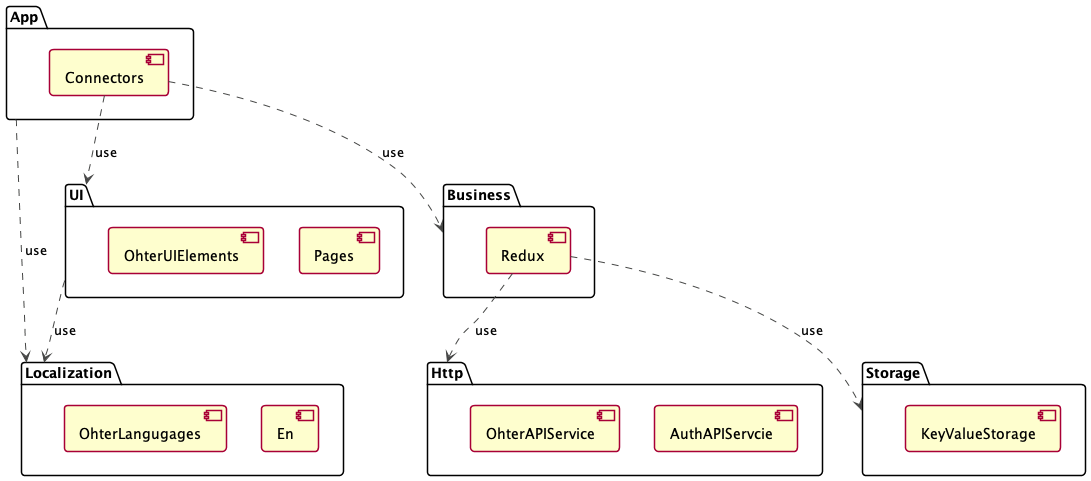
Earlier version of the PlantUML export doc/out/modules/modules.png (pro100andrey/flutter_redux_templates). Source of this version:
```plantuml
@startuml "modules"
!theme vibrant

package "App" {
    [Connectors]
    Connectors ..> Business: use
    Connectors ..> UI: use
    App ..> Localization: use
}

package "UI" {
    UI ..> Localization: use
    [Pages]
    [OhterUIElements]
}

package "Localization" {
    [En]
    [OhterLangugages]
}

package "Http" {
    [AuthAPIServcie]
    [OhterAPIService]
}

package "Storage" {
    [KeyValueStorage]
}

package "Business" {
    [Redux]
    Redux ..> Storage: use
    Redux ..> Http: use
}

@enduml
```
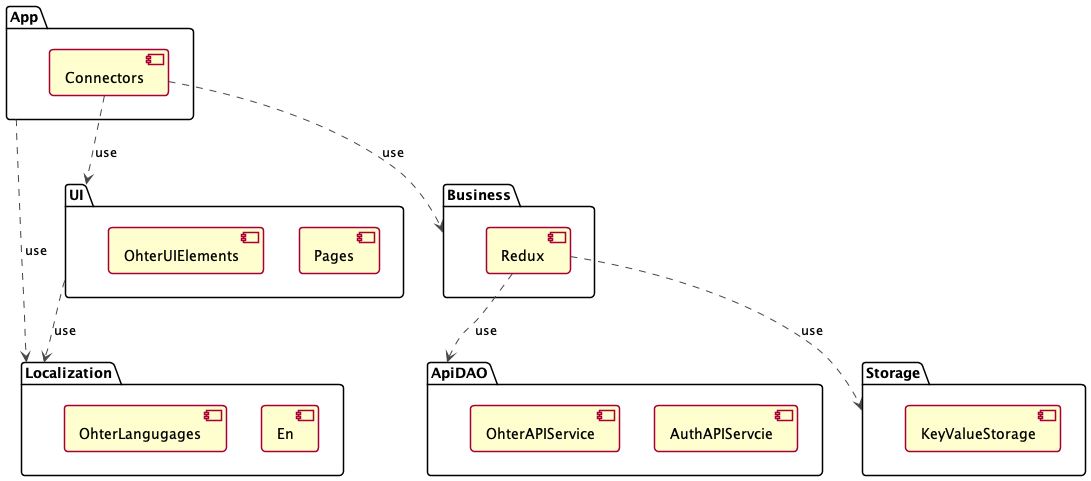
After the commit.

Change to the diagram source:
```diff
@@ -19,7 +19,7 @@
     [OhterLangugages]
 }
 
-package "Http" {
+package "ApiDAO" {
     [AuthAPIServcie]
     [OhterAPIService]
 }
@@ -31,7 +31,7 @@
 package "Business" {
     [Redux]
     Redux ..> Storage: use
-    Redux ..> Http: use
+    Redux ..> ApiDAO: use
 }
 
 @enduml
```
